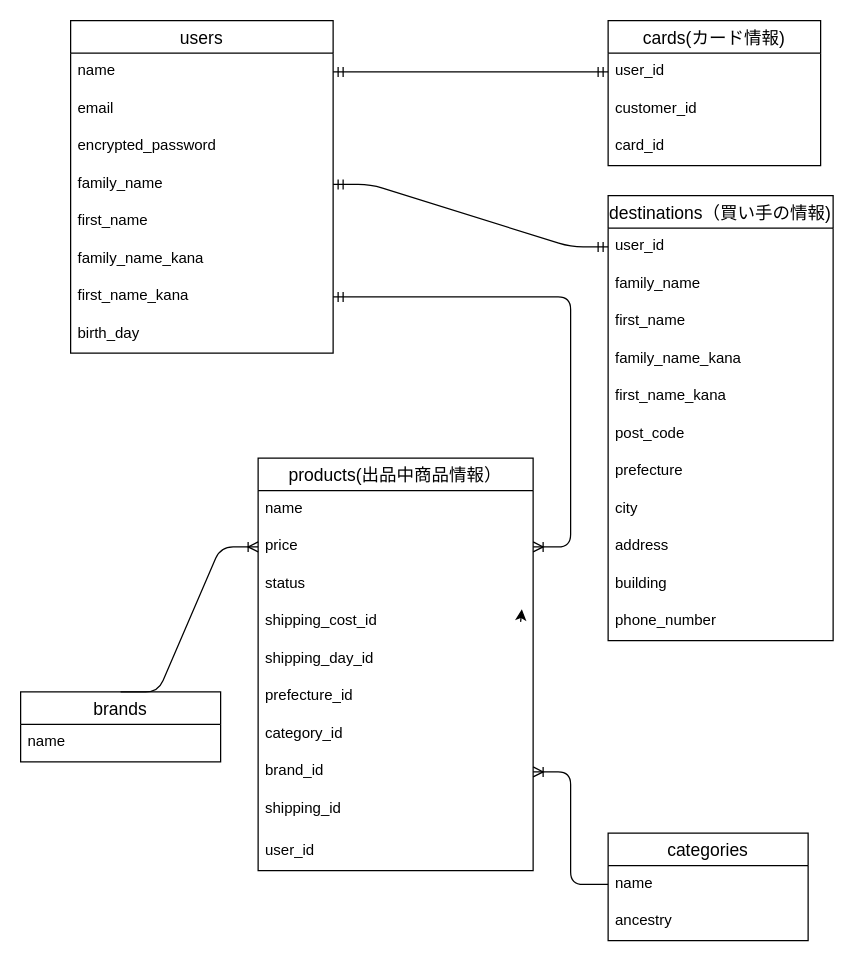
The draw.io diagram furima.dio in pyonkichi0628/furima-38835, before the edit. Source tidied: cells renumbered, new cells numbered last; positions are measured from the earlier drawing's top-left corner, leaving out a move shared by most shapes. Both pictures are drawn from the tidied source at 125%, with x=0, y=0 at pixel (20, 20).
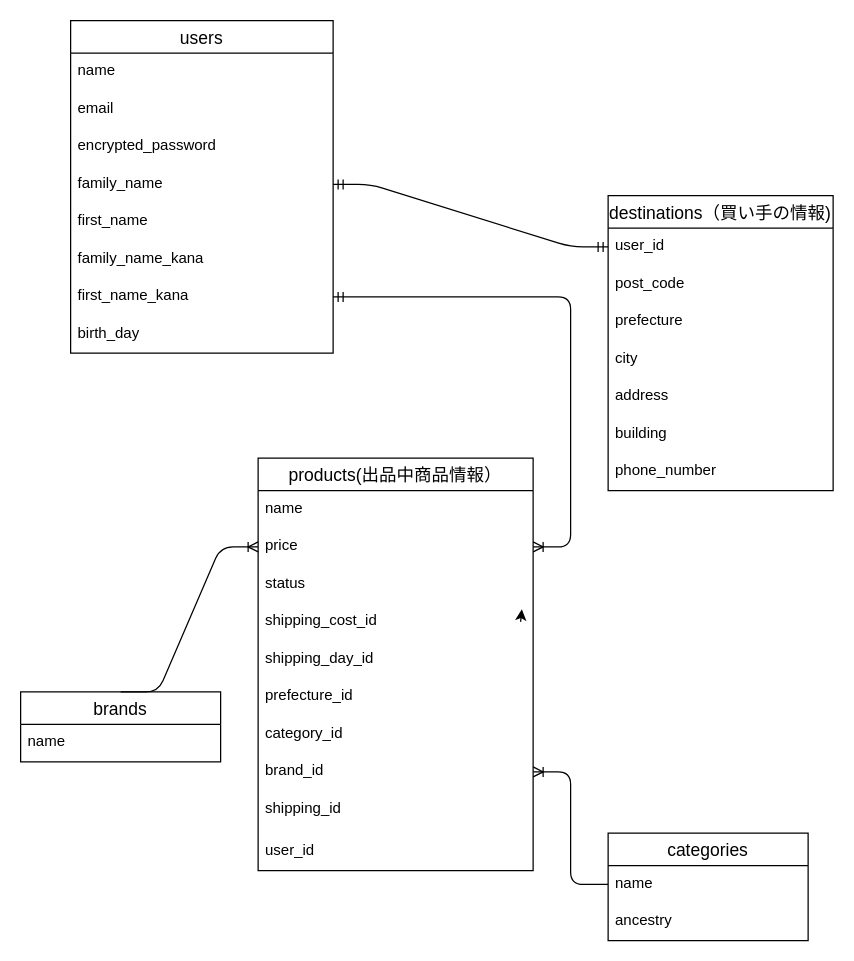
After the change.

Commit message (it also covers changes not shown here):
データベース設計_5

The change refers to these unchanged cells:
```xml
<mxCell id="3" value="name" style="text;strokeColor=none;fillColor=none;spacingLeft=4;spacingRight=4;overflow=hidden;points=[[0,0.5],[1,0.5]];portConstraint=eastwest;fontSize=12;" parent="2" vertex="1">
  <mxGeometry y="26" width="210" height="30" as="geometry" />
</mxCell>
```

The edit, as a diff of the source:
```diff
@@
-    <mxCell id="11" value="cards(カード情報)" style="swimlane;fontStyle=0;horizontal=1;startSize=26;align=center;fontSize=14;" parent="1" vertex="1">
-      <mxGeometry x="470" width="170" height="116" as="geometry" />
-    </mxCell>
-    <mxCell id="12" value="user_id" style="text;strokeColor=none;fillColor=none;spacingLeft=4;spacingRight=4;overflow=hidden;points=[[0,0.5],[1,0.5]];portConstraint=eastwest;fontSize=12;" parent="11" vertex="1">
-      <mxGeometry y="26" width="170" height="30" as="geometry" />
-    </mxCell>
-    <mxCell id="13" value="customer_id" style="text;strokeColor=none;fillColor=none;spacingLeft=4;spacingRight=4;overflow=hidden;fontSize=12;" parent="11" vertex="1">
-      <mxGeometry y="56" width="170" height="30" as="geometry" />
-    </mxCell>
-    <mxCell id="14" value="card_id" style="text;strokeColor=none;fillColor=none;spacingLeft=4;spacingRight=4;overflow=hidden;fontSize=12;" parent="11" vertex="1">
-      <mxGeometry y="86" width="170" height="30" as="geometry" />
-    </mxCell>
     <mxCell id="15" value="destinations（買い手の情報)" style="swimlane;fontStyle=0;horizontal=1;startSize=26;align=center;fontSize=14;" parent="1" vertex="1">
-      <mxGeometry x="470" y="140" width="180" height="356" as="geometry" />
+      <mxGeometry x="470" y="140" width="180" height="236" as="geometry" />
     </mxCell>
@@
-    <mxCell id="17" value="family_name" style="text;strokeColor=none;fillColor=none;spacingLeft=4;spacingRight=4;overflow=hidden;fontSize=12;" parent="15" vertex="1">
-      <mxGeometry y="56" width="180" height="30" as="geometry" />
-    </mxCell>
-    <mxCell id="18" value="first_name" style="text;strokeColor=none;fillColor=none;spacingLeft=4;spacingRight=4;overflow=hidden;fontSize=12;" parent="15" vertex="1">
-      <mxGeometry y="86" width="180" height="30" as="geometry" />
-    </mxCell>
-    <mxCell id="19" value="family_name_kana" style="text;strokeColor=none;fillColor=none;spacingLeft=4;spacingRight=4;overflow=hidden;fontSize=12;" parent="15" vertex="1">
-      <mxGeometry y="116" width="180" height="30" as="geometry" />
-    </mxCell>
-    <mxCell id="20" value="first_name_kana" style="text;strokeColor=none;fillColor=none;spacingLeft=4;spacingRight=4;overflow=hidden;fontSize=12;" parent="15" vertex="1">
-      <mxGeometry y="146" width="180" height="30" as="geometry" />
-    </mxCell>
     <mxCell id="21" value="post_code" style="text;strokeColor=none;fillColor=none;spacingLeft=4;spacingRight=4;overflow=hidden;fontSize=12;" parent="15" vertex="1">
-      <mxGeometry y="176" width="180" height="30" as="geometry" />
+      <mxGeometry y="56" width="180" height="30" as="geometry" />
     </mxCell>
     <mxCell id="22" value="prefecture" style="text;strokeColor=none;fillColor=none;spacingLeft=4;spacingRight=4;overflow=hidden;fontSize=12;" parent="15" vertex="1">
-      <mxGeometry y="206" width="180" height="30" as="geometry" />
+      <mxGeometry y="86" width="180" height="30" as="geometry" />
     </mxCell>
     <mxCell id="23" value="city" style="text;strokeColor=none;fillColor=none;spacingLeft=4;spacingRight=4;overflow=hidden;fontSize=12;" parent="15" vertex="1">
-      <mxGeometry y="236" width="180" height="30" as="geometry" />
+      <mxGeometry y="116" width="180" height="30" as="geometry" />
     </mxCell>
     <mxCell id="24" value="address" style="text;strokeColor=none;fillColor=none;spacingLeft=4;spacingRight=4;overflow=hidden;fontSize=12;" parent="15" vertex="1">
-      <mxGeometry y="266" width="180" height="30" as="geometry" />
+      <mxGeometry y="146" width="180" height="30" as="geometry" />
     </mxCell>
     <mxCell id="25" value="building" style="text;strokeColor=none;fillColor=none;spacingLeft=4;spacingRight=4;overflow=hidden;fontSize=12;" parent="15" vertex="1">
-      <mxGeometry y="296" width="180" height="30" as="geometry" />
+      <mxGeometry y="176" width="180" height="30" as="geometry" />
     </mxCell>
     <mxCell id="26" value="phone_number" style="text;strokeColor=none;fillColor=none;spacingLeft=4;spacingRight=4;overflow=hidden;fontSize=12;" parent="15" vertex="1">
-      <mxGeometry y="326" width="180" height="30" as="geometry" />
+      <mxGeometry y="206" width="180" height="30" as="geometry" />
     </mxCell>
-    <mxCell id="27" style="edgeStyle=entityRelationEdgeStyle;fontSize=12;html=1;endArrow=ERmandOne;startArrow=ERmandOne;exitX=1;exitY=0.5;exitDx=0;exitDy=0;entryX=0;entryY=0.5;entryDx=0;entryDy=0;" parent="1" edge="1" source="3" target="12">
-      <mxGeometry relative="1" as="geometry" />
-    </mxCell>
```
